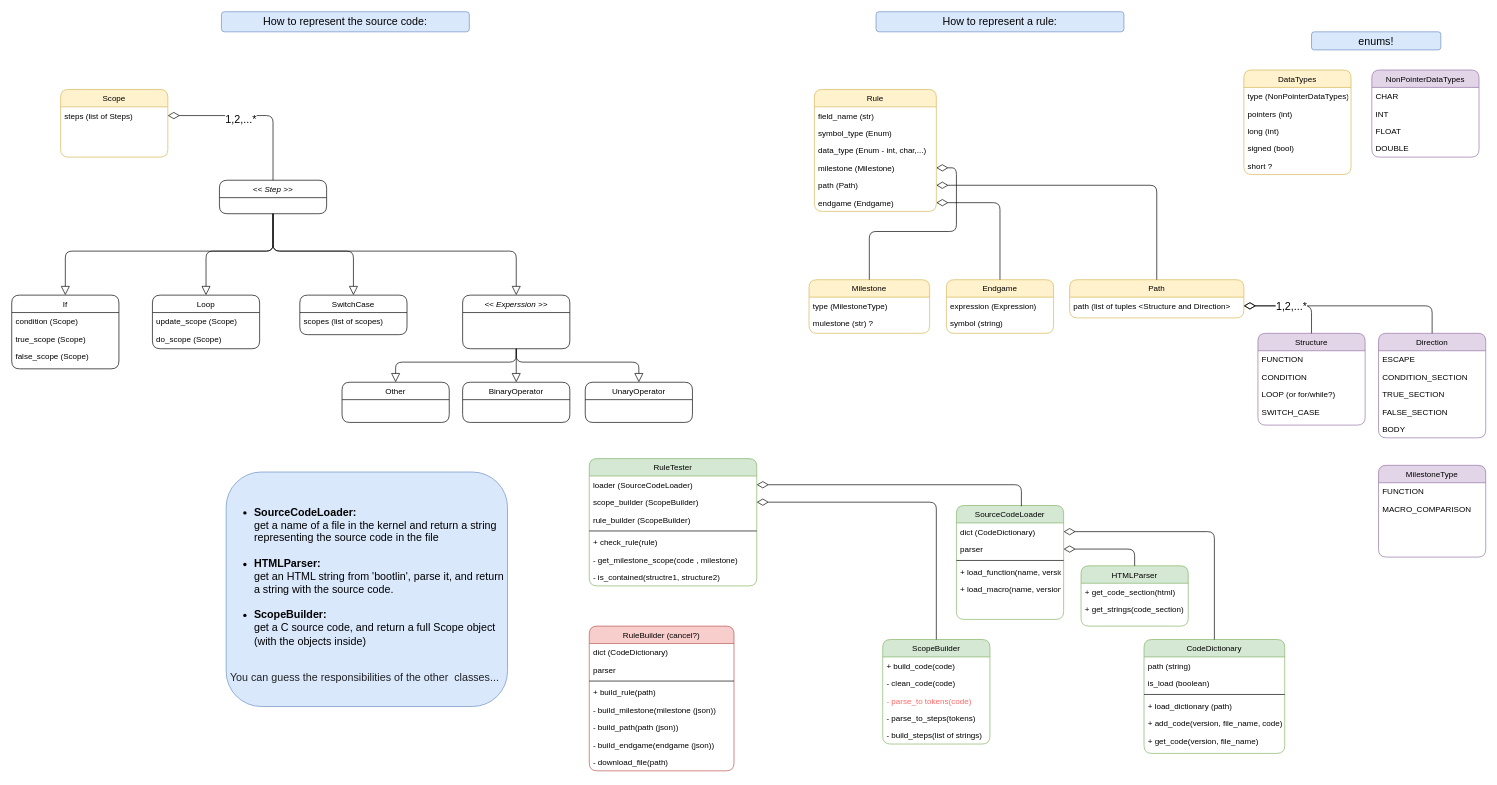
zivnaim/simon keeps this draw.io diagram as Untitled Diagram.drawio. Above is the earlier version. Source tidied: cells renumbered, new cells numbered last; positions are measured from the earlier drawing's top-left corner, leaving out a move shared by most shapes. Both pictures are drawn from the tidied source at 67%, with x=0, y=0 at pixel (11, 11).
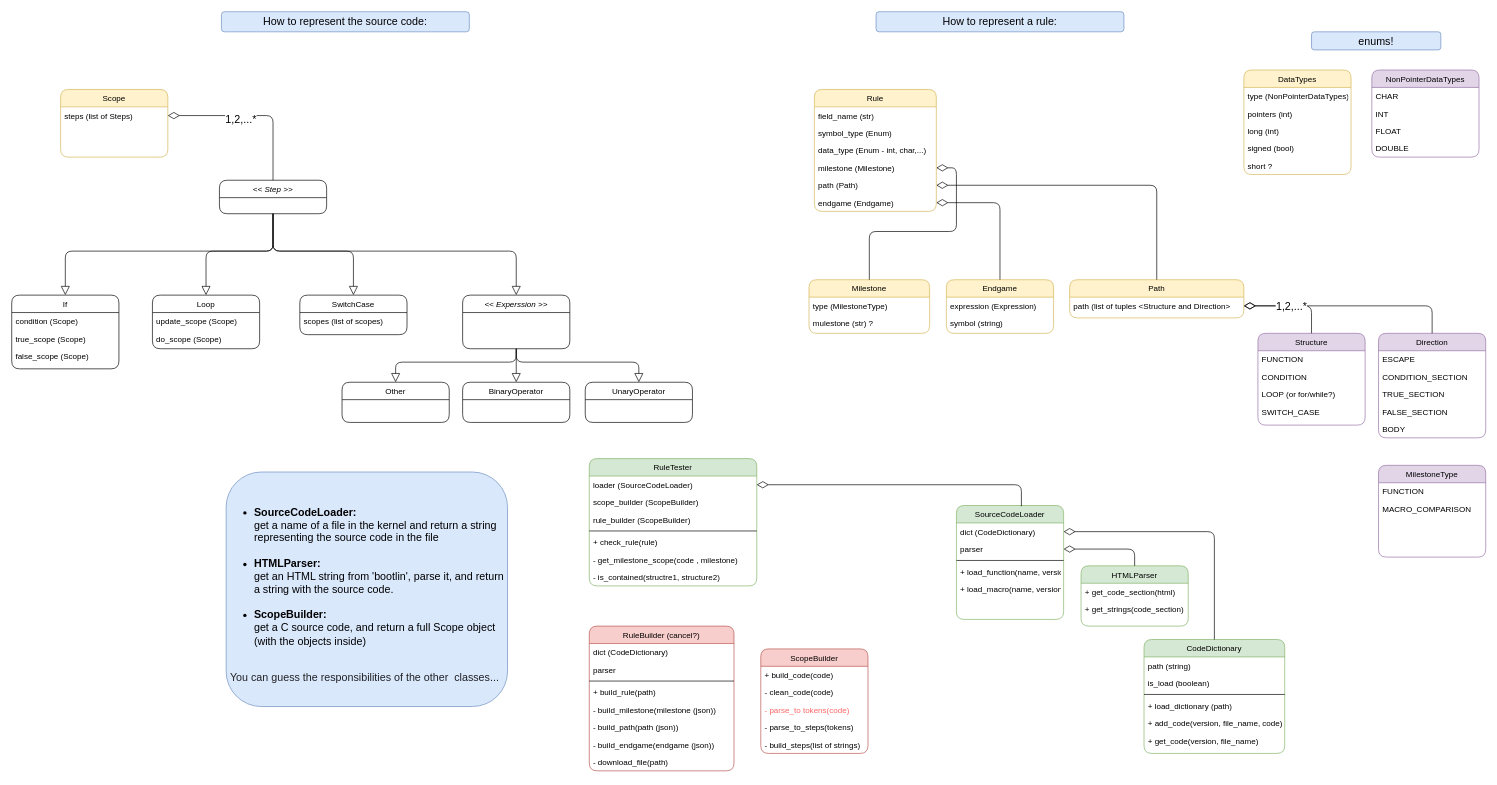
After the change.

Unchanged cells that the change refers to:
```xml
<mxCell id="13" value="scope_builder (ScopeBuilder)" style="text;align=left;verticalAlign=top;spacingLeft=4;spacingRight=4;overflow=hidden;points=[[0,0.5],[1,0.5]];portConstraint=eastwest;rounded=1;" parent="11" vertex="1">
  <mxGeometry y="52" width="250" height="26" as="geometry" />
</mxCell>
```

Diff of the diagram source:
```diff
@@
-    <mxCell id="21" value="ScopeBuilder" style="swimlane;fontStyle=0;align=center;verticalAlign=top;horizontal=1;startSize=26;rounded=1;shadow=0;strokeWidth=1;fillColor=#d5e8d4;strokeColor=#82b366;" parent="1" vertex="1">
-      <mxGeometry x="1300" y="937" width="160" height="156" as="geometry" />
+    <mxCell id="21" value="ScopeBuilder" style="swimlane;fontStyle=0;align=center;verticalAlign=top;horizontal=1;startSize=26;rounded=1;shadow=0;strokeWidth=1;fillColor=#f8cecc;strokeColor=#b85450;" parent="1" vertex="1">
+      <mxGeometry x="1118" y="951" width="160" height="156" as="geometry" />
     </mxCell>
@@
-    <mxCell id="29" style="edgeStyle=orthogonalEdgeStyle;rounded=1;jettySize=auto;html=1;exitX=1;exitY=0.5;exitDx=0;exitDy=0;fontSize=16;startArrow=diamondThin;startFill=0;endArrow=none;endFill=0;startSize=15;endSize=11;sourcePerimeterSpacing=6;strokeWidth=1;" parent="1" edge="1" source="13" target="21">
-      <mxGeometry relative="1" as="geometry" />
-    </mxCell>
```
